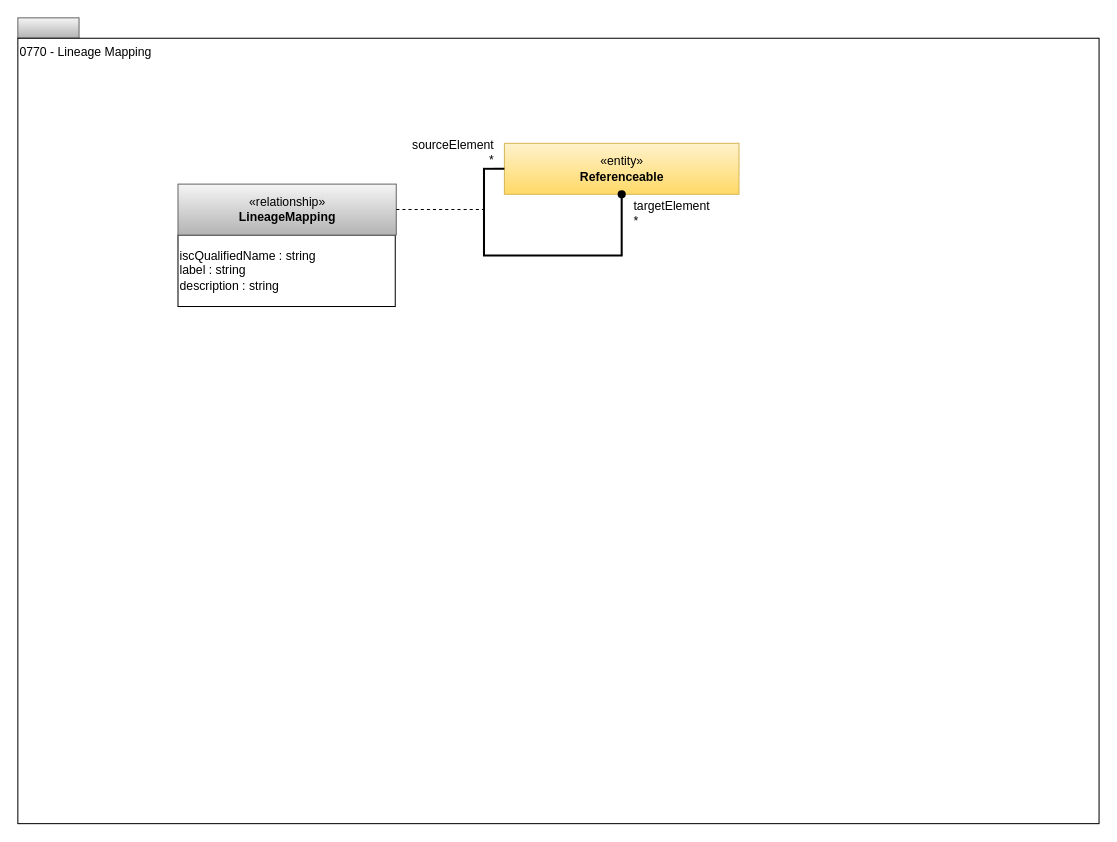
Earlier version of the draw.io diagram page "0770-Lineage-Mapping" (15 of 17) of site/docs/types/7/area-7-lineage.drawio (odpi/egeria-docs). Source tidied: cells renumbered, new cells numbered last; positions are measured from the earlier drawing's top-left corner, leaving out a move shared by most shapes. Both pictures are drawn from the tidied source at 102%, with x=0, y=0 at pixel (17, 17).
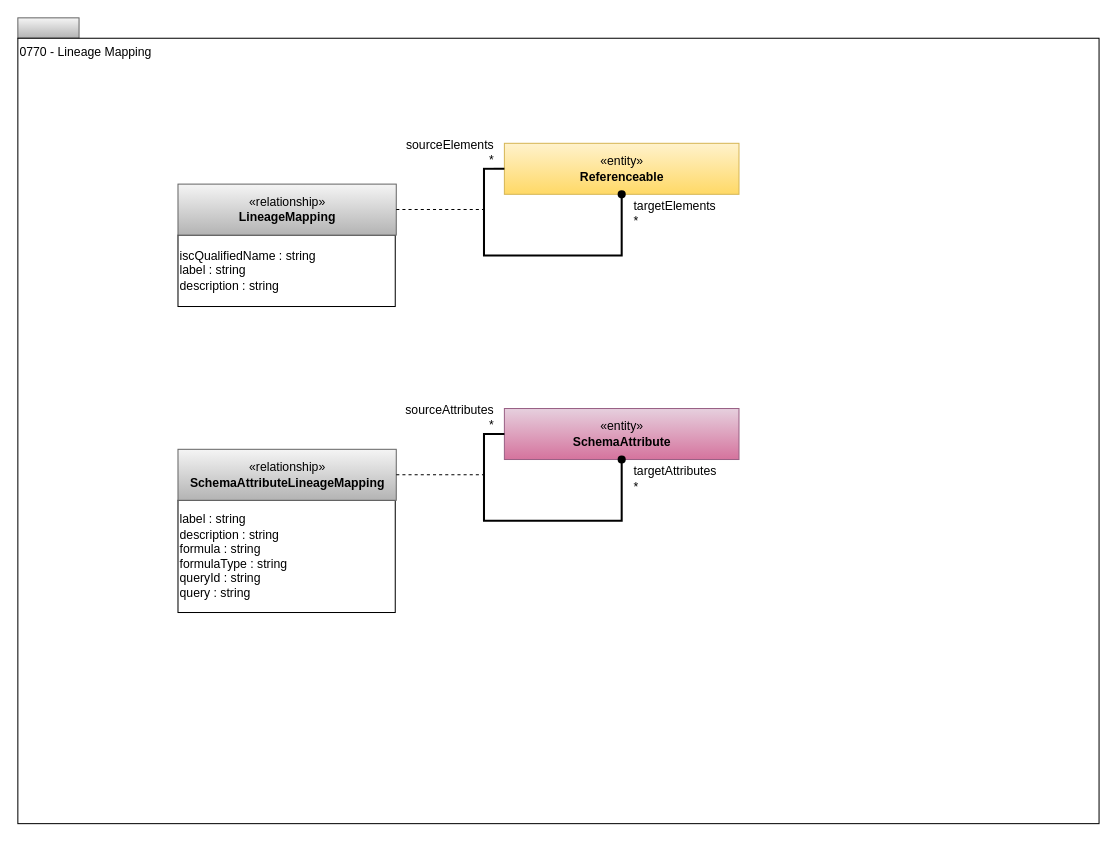
The same diagram, later.

Commit message (it also covers changes not shown here):
Add SchemaAttributeLineageMapping relationship

The edit, as a diff of the source:
```diff
@@
-    <mxCell id="9" value="targetElement&lt;br style=&quot;font-size: 12px;&quot;&gt;*" style="html=1;align=left;verticalAlign=bottom;labelBackgroundColor=#ffffff;fontSize=12;" parent="1" vertex="1">
+    <mxCell id="9" value="targetElements&lt;br style=&quot;font-size: 12px;&quot;&gt;*" style="html=1;align=left;verticalAlign=bottom;labelBackgroundColor=#ffffff;fontSize=12;" parent="1" vertex="1">
       <mxGeometry x="592" y="173" as="geometry">
         <mxPoint x="10" y="35" as="offset" />
       </mxGeometry>
     </mxCell>
-    <mxCell id="10" value="sourceElement&lt;br style=&quot;font-size: 12px;&quot;&gt;*" style="html=1;align=right;verticalAlign=bottom;labelBackgroundColor=#ffffff;fontSize=12;" parent="1" vertex="1">
+    <mxCell id="10" value="sourceElements&lt;br style=&quot;font-size: 12px;&quot;&gt;*" style="html=1;align=right;verticalAlign=bottom;labelBackgroundColor=#ffffff;fontSize=12;" parent="1" vertex="1">
       <mxGeometry x="477" y="148" as="geometry">
         <mxPoint x="-10" as="offset" />
       </mxGeometry>
     </mxCell>
+    <mxCell id="11" value="«entity»&lt;br&gt;&lt;b&gt;SchemaAttribute&lt;/b&gt;" style="html=1;strokeColor=#996185;align=center;fillColor=#e6d0de;gradientColor=#d5739d;" parent="1" vertex="1">
+      <mxGeometry x="477" y="383" width="230" height="50" as="geometry" />
+    </mxCell>
+    <mxCell id="12" value="&lt;div style=&quot;text-align: left&quot;&gt;&lt;span style=&quot;background-color: transparent; color: light-dark(rgb(0, 0, 0), rgb(255, 255, 255));&quot;&gt;label : string&lt;/span&gt;&lt;br&gt;&lt;/div&gt;&lt;div style=&quot;text-align: left&quot;&gt;description : string&lt;br&gt;&lt;/div&gt;&lt;div style=&quot;text-align: left&quot;&gt;formula : string&lt;/div&gt;&lt;div style=&quot;text-align: left&quot;&gt;formulaType : string&lt;/div&gt;&lt;div style=&quot;text-align: left&quot;&gt;queryId : string&lt;/div&gt;&lt;div style=&quot;text-align: left&quot;&gt;query : string&lt;/div&gt;" style="rounded=0;whiteSpace=wrap;html=1;strokeColor=#000000;gradientColor=#ffffff;align=left;" parent="1" vertex="1">
+      <mxGeometry x="157" y="473" width="213" height="110" as="geometry" />
+    </mxCell>
+    <mxCell id="13" value="«relationship»&lt;br&gt;&lt;b&gt;SchemaAttributeLineageMapping&lt;/b&gt;" style="html=1;strokeColor=#666666;align=center;fillColor=#f5f5f5;gradientColor=#b3b3b3;" parent="1" vertex="1">
+      <mxGeometry x="157" y="423" width="214" height="50" as="geometry" />
+    </mxCell>
+    <mxCell id="14" style="endArrow=none;dashed=1;html=1;exitX=1;exitY=0.5;exitDx=0;exitDy=0;" parent="1" edge="1" source="13">
+      <mxGeometry relative="1" as="geometry">
+        <mxPoint x="457" y="448" as="targetPoint" />
+      </mxGeometry>
+    </mxCell>
+    <mxCell id="15" style="edgeStyle=orthogonalEdgeStyle;rounded=0;orthogonalLoop=1;jettySize=auto;html=1;exitX=0;exitY=0.5;exitDx=0;exitDy=0;endArrow=oval;endFill=1;strokeWidth=2;" parent="1" edge="1" source="11" target="11">
+      <mxGeometry relative="1" as="geometry">
+        <Array as="points">
+          <mxPoint x="457" y="408" />
+          <mxPoint x="457" y="493" />
+          <mxPoint x="592" y="493" />
+        </Array>
+      </mxGeometry>
+    </mxCell>
+    <mxCell id="16" value="targetAttributes&lt;br style=&quot;font-size: 12px;&quot;&gt;*" style="html=1;align=left;verticalAlign=bottom;labelBackgroundColor=#ffffff;fontSize=12;" parent="1" vertex="1">
+      <mxGeometry x="592" y="433" as="geometry">
+        <mxPoint x="10" y="35" as="offset" />
+      </mxGeometry>
+    </mxCell>
+    <mxCell id="17" value="sourceAttributes&lt;br style=&quot;font-size: 12px;&quot;&gt;*" style="html=1;align=right;verticalAlign=bottom;labelBackgroundColor=#ffffff;fontSize=12;" parent="1" vertex="1">
+      <mxGeometry x="477" y="408" as="geometry">
+        <mxPoint x="-10" as="offset" />
+      </mxGeometry>
+    </mxCell>
```
